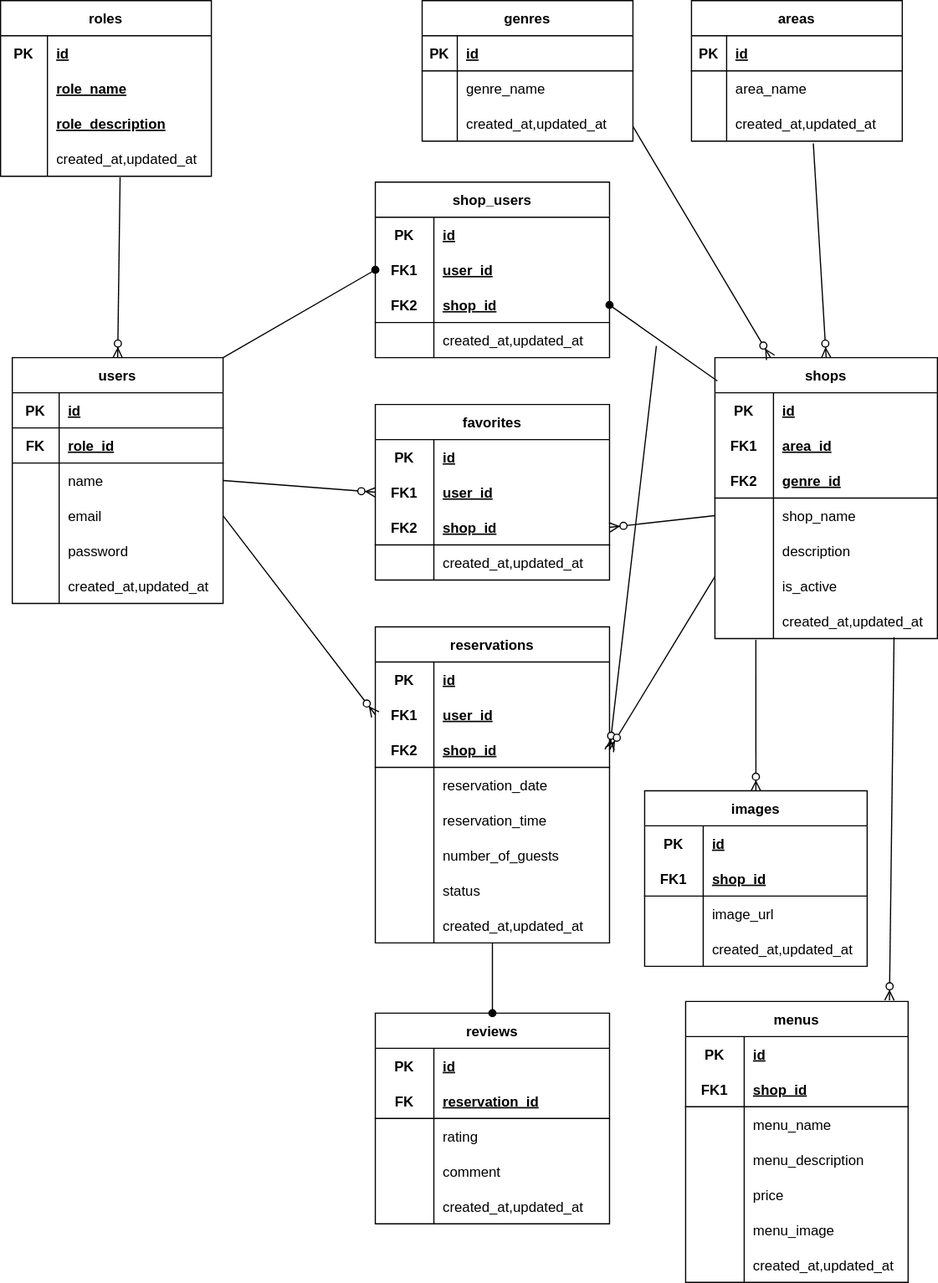
fujico23/rese-system keeps this draw.io diagram as er.drawio.svg. Above is the earlier version. Source tidied: cells renumbered, new cells last; positions are measured from the earlier drawing's top-left corner, leaving out a move shared by most shapes.
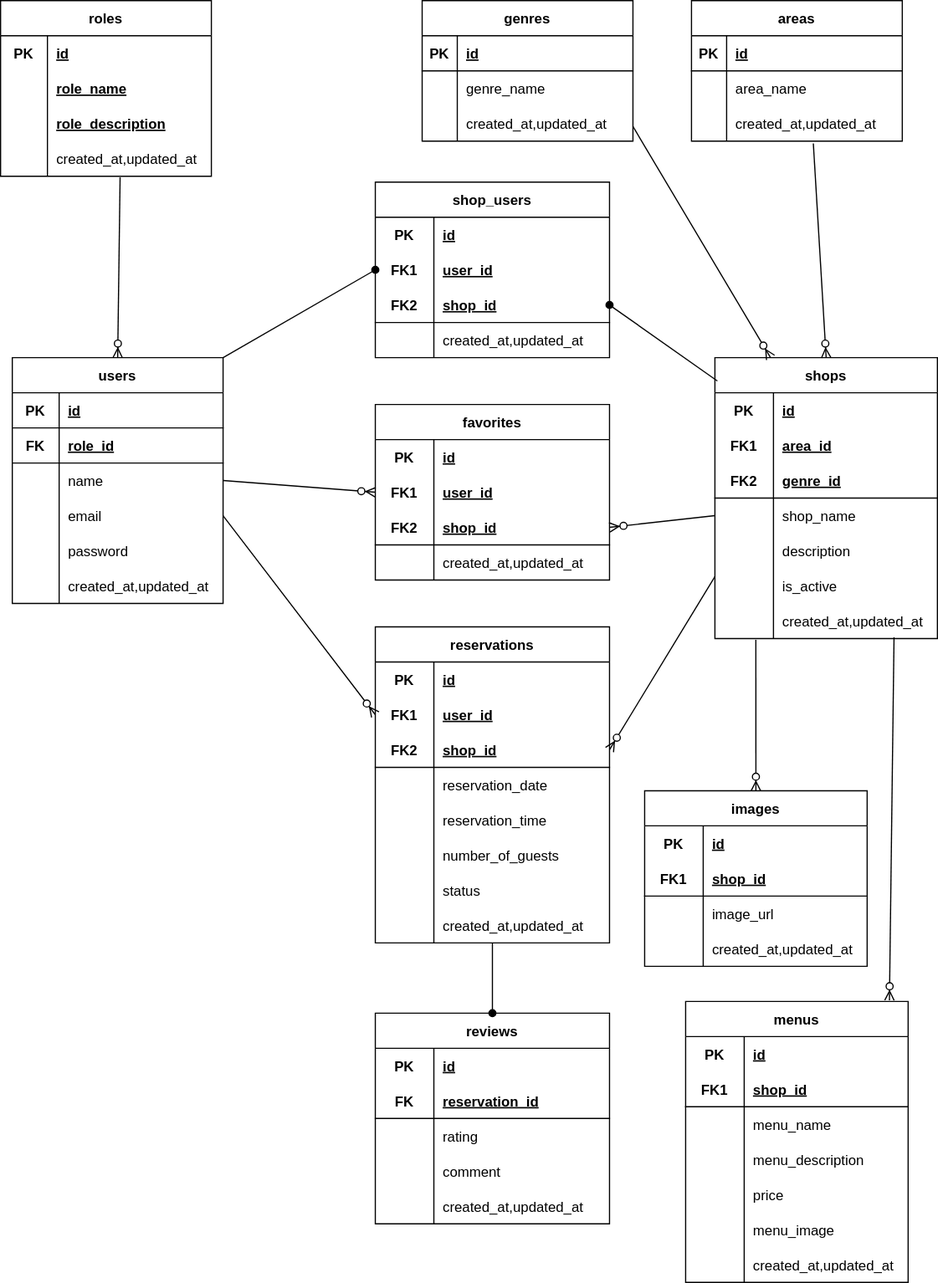
The same file after the commit.

What changed in the source:
```diff
@@ -344,11 +344,6 @@
     <mxCell id="115" style="fontSize=12;html=1;endArrow=ERzeroToMany;endFill=1;rounded=0;exitX=1;exitY=0.5;exitDx=0;exitDy=0;entryX=0;entryY=0.5;entryDx=0;entryDy=0;" parent="1" edge="1" source="12" target="80">
       <mxGeometry relative="1" as="geometry" />
     </mxCell>
-    <mxCell id="116" style="fontSize=12;html=1;endArrow=ERzeroToMany;endFill=1;rounded=0;entryX=1;entryY=0.5;entryDx=0;entryDy=0;exitX=-0.016;exitY=-0.033;exitDx=0;exitDy=0;exitPerimeter=0;" parent="1" edge="1" target="83">
-      <mxGeometry relative="1" as="geometry">
-        <mxPoint x="560" y="295" as="sourcePoint" />
-      </mxGeometry>
-    </mxCell>
     <mxCell id="117" style="fontSize=12;html=1;endArrow=ERzeroToMany;endFill=1;rounded=0;entryX=1;entryY=0.5;entryDx=0;entryDy=0;exitX=0;exitY=0.5;exitDx=0;exitDy=0;" parent="1" edge="1" source="51" target="70">
       <mxGeometry relative="1" as="geometry" />
     </mxCell>
```
